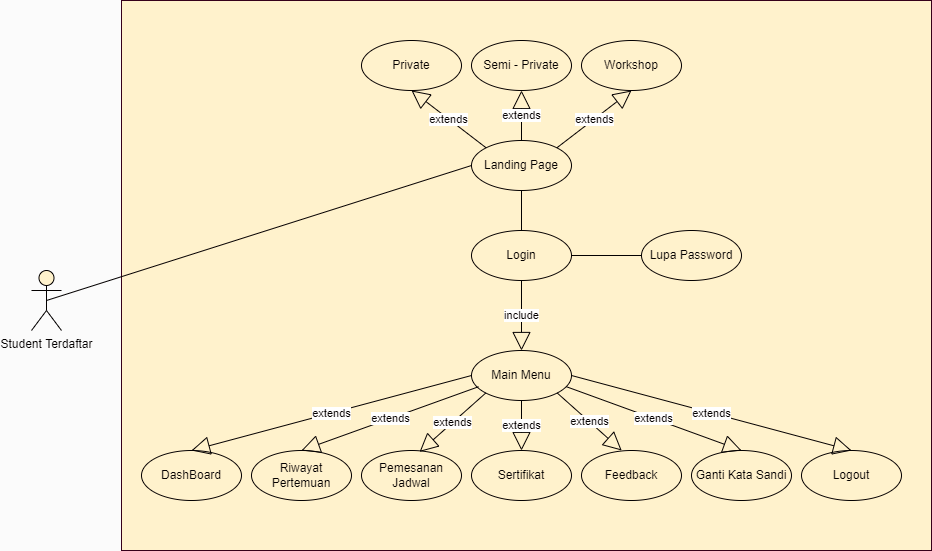
This is Diagrams/Use Case Diagram/UseCase_Siswa_Regitered_Classico.png from Zkavolo/Classico-Project, a draw.io export, as it was before one commit. Source tidied: cells renumbered, new cells last; positions are measured from the earlier drawing's top-left corner, leaving out a move shared by most shapes. The source it was exported from:
```xml
<mxGraphModel>
  <root>
    <mxCell id="0" />
    <mxCell id="1" parent="0" />
    <mxCell id="2" style="rounded=0;whiteSpace=wrap;html=1;strokeColor=#33001A;fillColor=#fff2cc;" parent="1" vertex="1">
      <mxGeometry x="90" width="810" height="550" as="geometry" />
    </mxCell>
    <mxCell id="3" value="Login" style="ellipse;whiteSpace=wrap;html=1;fillColor=#fff2cc;strokeColor=#000000;" parent="1" vertex="1">
      <mxGeometry x="440" y="230" width="100" height="50" as="geometry" />
    </mxCell>
    <mxCell id="4" value="Landing Page" style="ellipse;whiteSpace=wrap;html=1;fillColor=#fff2cc;strokeColor=#000000;" parent="1" vertex="1">
      <mxGeometry x="440" y="140" width="100" height="50" as="geometry" />
    </mxCell>
    <mxCell id="5" value="Main Menu" style="ellipse;whiteSpace=wrap;html=1;fillColor=#fff2cc;strokeColor=#000000;" parent="1" vertex="1">
      <mxGeometry x="440" y="350" width="100" height="50" as="geometry" />
    </mxCell>
    <mxCell id="6" value="include" style="endArrow=block;endSize=16;endFill=0;html=1;rounded=0;exitX=0.5;exitY=1;exitDx=0;exitDy=0;entryX=0.5;entryY=0;entryDx=0;entryDy=0;" parent="1" edge="1" source="3" target="5">
      <mxGeometry relative="1" as="geometry" />
    </mxCell>
    <mxCell id="7" style="endArrow=none;html=1;rounded=0;entryX=0;entryY=0.5;entryDx=0;entryDy=0;startArrow=none;exitX=0.5;exitY=0.5;exitDx=0;exitDy=0;exitPerimeter=0;" parent="1" edge="1" source="9" target="4">
      <mxGeometry relative="1" as="geometry" />
    </mxCell>
    <mxCell id="8" style="endArrow=none;html=1;rounded=0;exitX=0.5;exitY=1;exitDx=0;exitDy=0;entryX=0.5;entryY=0;entryDx=0;entryDy=0;" parent="1" edge="1" source="4" target="3">
      <mxGeometry relative="1" as="geometry" />
    </mxCell>
    <mxCell id="9" value="Student Terdaftar" style="shape=umlActor;verticalLabelPosition=bottom;verticalAlign=top;html=1;outlineConnect=0;fillColor=#fff2cc;strokeColor=#000000;" parent="1" vertex="1">
      <mxGeometry y="270" width="30" height="60" as="geometry" />
    </mxCell>
    <mxCell id="10" value="Lupa Password" style="ellipse;whiteSpace=wrap;html=1;fillColor=#fff2cc;strokeColor=#000000;" parent="1" vertex="1">
      <mxGeometry x="610" y="230" width="100" height="50" as="geometry" />
    </mxCell>
    <mxCell id="11" style="endArrow=none;html=1;rounded=0;exitX=1;exitY=0.5;exitDx=0;exitDy=0;entryX=0;entryY=0.5;entryDx=0;entryDy=0;" parent="1" edge="1" source="3" target="10">
      <mxGeometry relative="1" as="geometry" />
    </mxCell>
    <mxCell id="12" value="Private" style="ellipse;whiteSpace=wrap;html=1;fillColor=#fff2cc;strokeColor=#000000;" parent="1" vertex="1">
      <mxGeometry x="330" y="40" width="100" height="50" as="geometry" />
    </mxCell>
    <mxCell id="13" value="Semi - Private" style="ellipse;whiteSpace=wrap;html=1;fillColor=#fff2cc;strokeColor=#000000;" parent="1" vertex="1">
      <mxGeometry x="440" y="40" width="100" height="50" as="geometry" />
    </mxCell>
    <mxCell id="14" value="Workshop" style="ellipse;whiteSpace=wrap;html=1;fillColor=#fff2cc;strokeColor=#000000;" parent="1" vertex="1">
      <mxGeometry x="550" y="40" width="100" height="50" as="geometry" />
    </mxCell>
    <mxCell id="15" value="extends" style="endArrow=block;endSize=16;endFill=0;html=1;rounded=0;exitX=0;exitY=0;exitDx=0;exitDy=0;entryX=0.5;entryY=1;entryDx=0;entryDy=0;" parent="1" edge="1" source="4" target="12">
      <mxGeometry relative="1" as="geometry" />
    </mxCell>
    <mxCell id="16" value="extends" style="endArrow=block;endSize=16;endFill=0;html=1;rounded=0;exitX=0.5;exitY=0;exitDx=0;exitDy=0;entryX=0.5;entryY=1;entryDx=0;entryDy=0;" parent="1" edge="1" source="4" target="13">
      <mxGeometry relative="1" as="geometry" />
    </mxCell>
    <mxCell id="17" value="extends" style="endArrow=block;endSize=16;endFill=0;html=1;rounded=0;entryX=0.5;entryY=1;entryDx=0;entryDy=0;exitX=1;exitY=0;exitDx=0;exitDy=0;" parent="1" edge="1" source="4" target="14">
      <mxGeometry relative="1" as="geometry" />
    </mxCell>
    <mxCell id="18" value="Pemesanan Jadwal" style="ellipse;whiteSpace=wrap;html=1;fillColor=#fff2cc;strokeColor=#000000;" parent="1" vertex="1">
      <mxGeometry x="330" y="450" width="100" height="50" as="geometry" />
    </mxCell>
    <mxCell id="19" value="Sertifikat" style="ellipse;whiteSpace=wrap;html=1;fillColor=#fff2cc;strokeColor=#000000;" parent="1" vertex="1">
      <mxGeometry x="440" y="450" width="100" height="50" as="geometry" />
    </mxCell>
    <mxCell id="20" value="Feedback" style="ellipse;whiteSpace=wrap;html=1;fillColor=#fff2cc;strokeColor=#000000;" parent="1" vertex="1">
      <mxGeometry x="550" y="450" width="100" height="50" as="geometry" />
    </mxCell>
    <mxCell id="21" value="extends" style="endArrow=block;endSize=16;endFill=0;html=1;rounded=0;exitX=0;exitY=0;exitDx=0;exitDy=0;entryX=0.581;entryY=0.027;entryDx=0;entryDy=0;entryPerimeter=0;" parent="1" edge="1" target="18">
      <mxGeometry relative="1" as="geometry">
        <mxPoint x="454.3" y="392.5" as="sourcePoint" />
      </mxGeometry>
    </mxCell>
    <mxCell id="22" value="extends" style="endArrow=block;endSize=16;endFill=0;html=1;rounded=0;entryX=0.5;entryY=0;entryDx=0;entryDy=0;" parent="1" edge="1" target="19">
      <mxGeometry relative="1" as="geometry">
        <mxPoint x="490" y="400" as="sourcePoint" />
      </mxGeometry>
    </mxCell>
    <mxCell id="23" value="extends" style="endArrow=block;endSize=16;endFill=0;html=1;rounded=0;entryX=0.402;entryY=0;entryDx=0;entryDy=0;exitX=1;exitY=0;exitDx=0;exitDy=0;entryPerimeter=0;" parent="1" edge="1" target="20">
      <mxGeometry relative="1" as="geometry">
        <mxPoint x="525.7" y="392.5" as="sourcePoint" />
      </mxGeometry>
    </mxCell>
    <mxCell id="24" value="Riwayat Pertemuan" style="ellipse;whiteSpace=wrap;html=1;fillColor=#fff2cc;strokeColor=#000000;" parent="1" vertex="1">
      <mxGeometry x="220" y="450" width="100" height="50" as="geometry" />
    </mxCell>
    <mxCell id="25" value="Ganti Kata Sandi" style="ellipse;whiteSpace=wrap;html=1;fillColor=#fff2cc;strokeColor=#000000;" parent="1" vertex="1">
      <mxGeometry x="660" y="450" width="100" height="50" as="geometry" />
    </mxCell>
    <mxCell id="26" value="Logout" style="ellipse;whiteSpace=wrap;html=1;fillColor=#fff2cc;strokeColor=#000000;" parent="1" vertex="1">
      <mxGeometry x="770" y="450" width="100" height="50" as="geometry" />
    </mxCell>
    <mxCell id="27" value="extends" style="endArrow=block;endSize=16;endFill=0;html=1;rounded=0;exitX=0.07;exitY=0.725;exitDx=0;exitDy=0;entryX=0.5;entryY=0;entryDx=0;entryDy=0;exitPerimeter=0;" parent="1" edge="1" source="5" target="24">
      <mxGeometry relative="1" as="geometry" />
    </mxCell>
    <mxCell id="28" value="extends" style="endArrow=block;endSize=16;endFill=0;html=1;rounded=0;entryX=0.5;entryY=0;entryDx=0;entryDy=0;exitX=0.95;exitY=0.725;exitDx=0;exitDy=0;exitPerimeter=0;" parent="1" edge="1" source="5" target="25">
      <mxGeometry relative="1" as="geometry" />
    </mxCell>
    <mxCell id="29" value="extends" style="endArrow=block;endSize=16;endFill=0;html=1;rounded=0;entryX=0.5;entryY=0;entryDx=0;entryDy=0;exitX=1;exitY=0.5;exitDx=0;exitDy=0;" parent="1" edge="1" source="5" target="26">
      <mxGeometry relative="1" as="geometry" />
    </mxCell>
    <mxCell id="30" value="DashBoard" style="ellipse;whiteSpace=wrap;html=1;fillColor=#fff2cc;strokeColor=#000000;" parent="1" vertex="1">
      <mxGeometry x="110" y="450" width="100" height="50" as="geometry" />
    </mxCell>
    <mxCell id="31" value="extends" style="endArrow=block;endSize=16;endFill=0;html=1;rounded=0;exitX=0;exitY=0.5;exitDx=0;exitDy=0;entryX=0.5;entryY=0;entryDx=0;entryDy=0;" parent="1" edge="1" source="5" target="30">
      <mxGeometry relative="1" as="geometry" />
    </mxCell>
  </root>
</mxGraphModel>
```
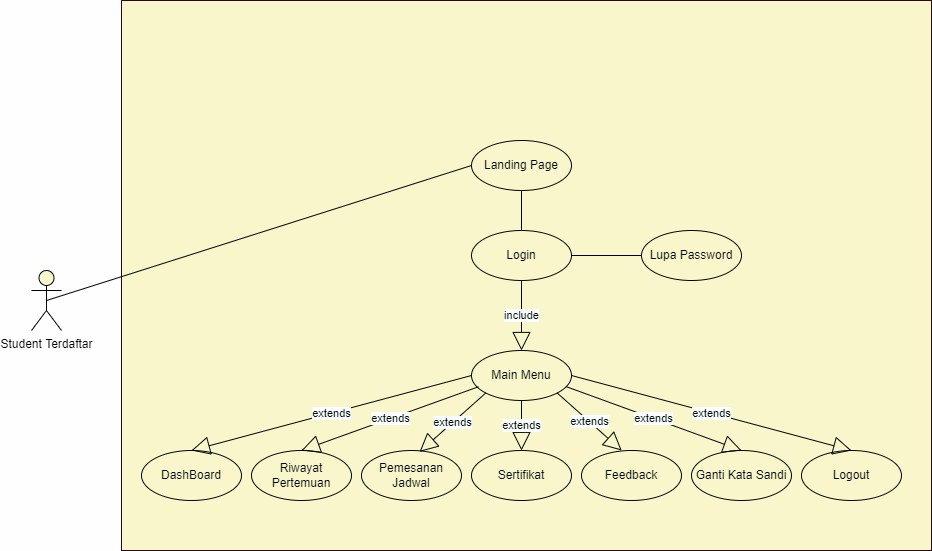
After the commit.

The edit, as a diff of the source:
```diff
@@ -32,24 +32,6 @@
     <mxCell id="11" style="endArrow=none;html=1;rounded=0;exitX=1;exitY=0.5;exitDx=0;exitDy=0;entryX=0;entryY=0.5;entryDx=0;entryDy=0;" parent="1" edge="1" source="3" target="10">
       <mxGeometry relative="1" as="geometry" />
     </mxCell>
-    <mxCell id="12" value="Private" style="ellipse;whiteSpace=wrap;html=1;fillColor=#fff2cc;strokeColor=#000000;" parent="1" vertex="1">
-      <mxGeometry x="330" y="40" width="100" height="50" as="geometry" />
-    </mxCell>
-    <mxCell id="13" value="Semi - Private" style="ellipse;whiteSpace=wrap;html=1;fillColor=#fff2cc;strokeColor=#000000;" parent="1" vertex="1">
-      <mxGeometry x="440" y="40" width="100" height="50" as="geometry" />
-    </mxCell>
-    <mxCell id="14" value="Workshop" style="ellipse;whiteSpace=wrap;html=1;fillColor=#fff2cc;strokeColor=#000000;" parent="1" vertex="1">
-      <mxGeometry x="550" y="40" width="100" height="50" as="geometry" />
-    </mxCell>
-    <mxCell id="15" value="extends" style="endArrow=block;endSize=16;endFill=0;html=1;rounded=0;exitX=0;exitY=0;exitDx=0;exitDy=0;entryX=0.5;entryY=1;entryDx=0;entryDy=0;" parent="1" edge="1" source="4" target="12">
-      <mxGeometry relative="1" as="geometry" />
-    </mxCell>
-    <mxCell id="16" value="extends" style="endArrow=block;endSize=16;endFill=0;html=1;rounded=0;exitX=0.5;exitY=0;exitDx=0;exitDy=0;entryX=0.5;entryY=1;entryDx=0;entryDy=0;" parent="1" edge="1" source="4" target="13">
-      <mxGeometry relative="1" as="geometry" />
-    </mxCell>
-    <mxCell id="17" value="extends" style="endArrow=block;endSize=16;endFill=0;html=1;rounded=0;entryX=0.5;entryY=1;entryDx=0;entryDy=0;exitX=1;exitY=0;exitDx=0;exitDy=0;" parent="1" edge="1" source="4" target="14">
-      <mxGeometry relative="1" as="geometry" />
-    </mxCell>
     <mxCell id="18" value="Pemesanan Jadwal" style="ellipse;whiteSpace=wrap;html=1;fillColor=#fff2cc;strokeColor=#000000;" parent="1" vertex="1">
       <mxGeometry x="330" y="450" width="100" height="50" as="geometry" />
     </mxCell>
```
